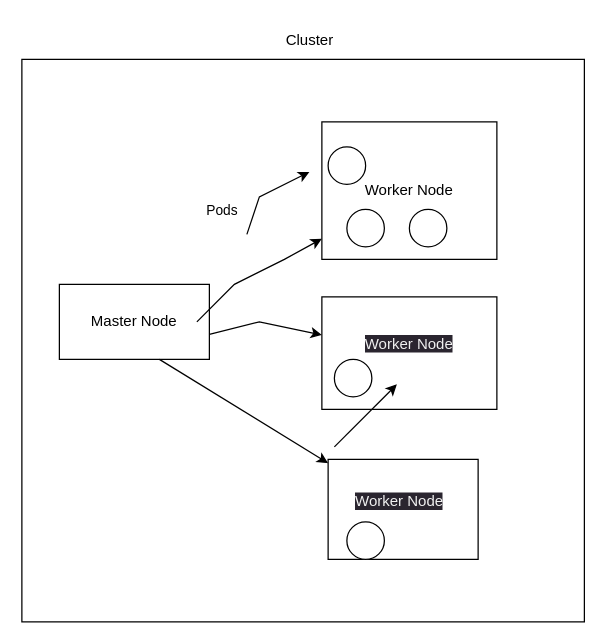
This is Untitled Diagram.drawio from chaitanya-online/draw.io, a draw.io file, before an edit. Source tidied: cells renumbered, new cells numbered last; positions are measured from the earlier drawing's top-left corner, leaving out a move shared by most shapes. Both pictures are drawn from the tidied source at 125%, with x=0, y=0 at pixel (21, 21).
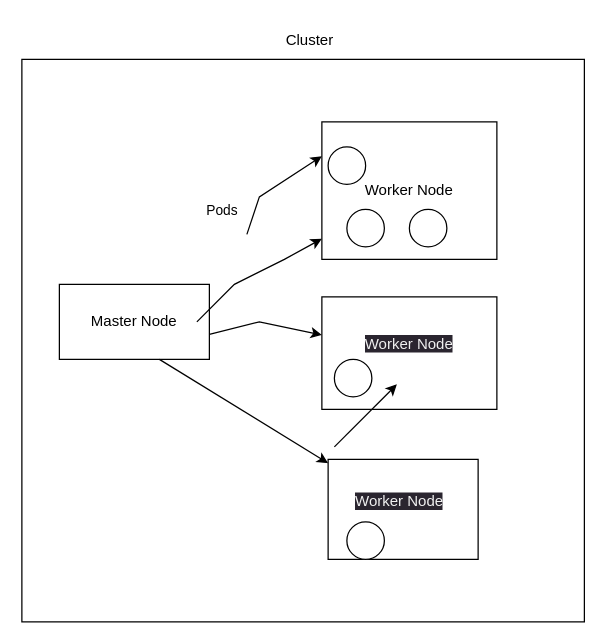
The same page after the edit.

The change refers to these unchanged cells:
```xml
<mxCell id="5" value="Worker Node" style="rounded=0;whiteSpace=wrap;html=1;" parent="1" vertex="1">
  <mxGeometry x="240" y="80" width="140" height="110" as="geometry" />
</mxCell>
```

The edit, as a diff of the source:
```diff
@@
-    <mxCell id="19" style="endArrow=classic;html=1;rounded=0;" parent="1" edge="1">
+    <mxCell id="19" style="endArrow=classic;html=1;rounded=0;entryX=0;entryY=0.25;entryDx=0;entryDy=0;" parent="1" edge="1" target="5">
       <mxGeometry relative="1" as="geometry">
         <mxPoint x="180" y="170" as="sourcePoint" />
-        <mxPoint x="230" y="120" as="targetPoint" />
         <Array as="points">
           <mxPoint x="190" y="140" />
         </Array>
       </mxGeometry>
     </mxCell>
```
